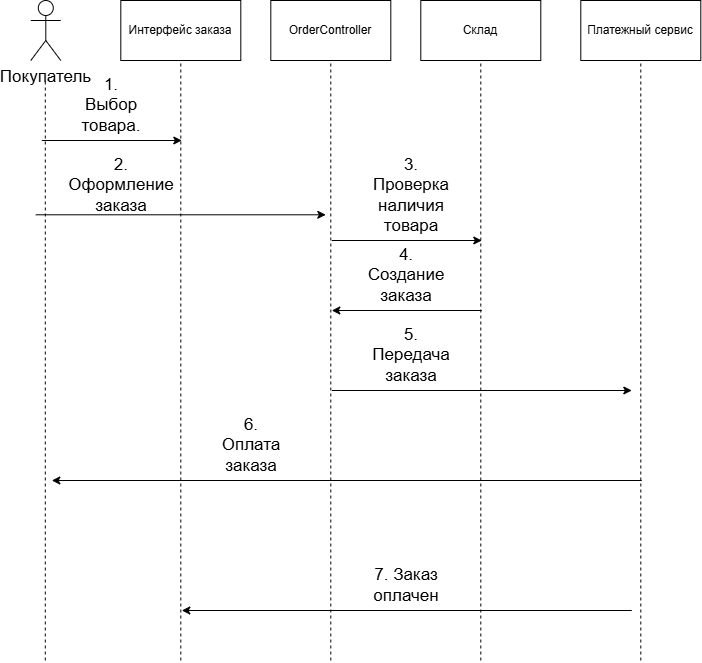
Before: UML-диаграмма(PNG).png, a diagram exported from draw.io (diaganz0709-ai/UML). Source tidied: cells renumbered, new cells last; positions are measured from the earlier drawing's top-left corner, leaving out a move shared by most shapes.
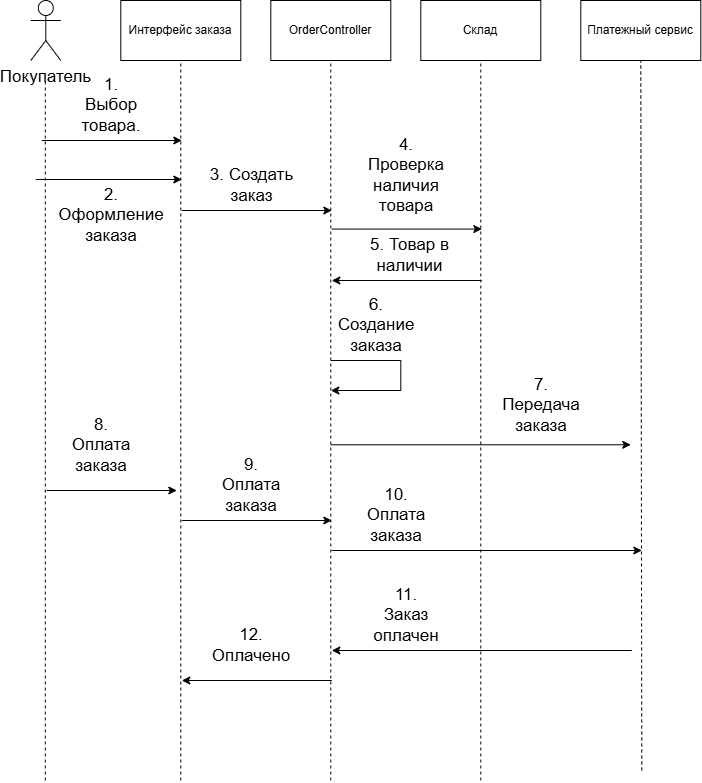
The same file after the commit.

What changed in the source:
```diff
@@ -19,28 +19,28 @@
     </mxCell>
     <mxCell id="7" style="endArrow=none;dashed=1;html=1;rounded=0;" parent="1" edge="1">
       <mxGeometry relative="1" as="geometry">
-        <mxPoint x="14.5" y="660" as="sourcePoint" />
+        <mxPoint x="14.5" y="780" as="sourcePoint" />
         <mxPoint x="14.5" y="80" as="targetPoint" />
       </mxGeometry>
     </mxCell>
     <mxCell id="8" style="endArrow=none;dashed=1;html=1;rounded=0;entryX=0.5;entryY=1;entryDx=0;entryDy=0;" parent="1" edge="1" target="3">
       <mxGeometry relative="1" as="geometry">
-        <mxPoint x="150" y="660" as="sourcePoint" />
+        <mxPoint x="150" y="780" as="sourcePoint" />
       </mxGeometry>
     </mxCell>
     <mxCell id="9" style="endArrow=none;dashed=1;html=1;rounded=0;entryX=0.5;entryY=1;entryDx=0;entryDy=0;" parent="1" edge="1" target="4">
       <mxGeometry relative="1" as="geometry">
-        <mxPoint x="300" y="660" as="sourcePoint" />
+        <mxPoint x="300" y="780" as="sourcePoint" />
       </mxGeometry>
     </mxCell>
     <mxCell id="10" style="endArrow=none;dashed=1;html=1;rounded=0;entryX=0.5;entryY=1;entryDx=0;entryDy=0;" parent="1" edge="1" target="5">
       <mxGeometry relative="1" as="geometry">
-        <mxPoint x="450" y="660" as="sourcePoint" />
+        <mxPoint x="450" y="780" as="sourcePoint" />
       </mxGeometry>
     </mxCell>
     <mxCell id="11" style="endArrow=none;dashed=1;html=1;rounded=0;entryX=0.5;entryY=1;entryDx=0;entryDy=0;" parent="1" edge="1" target="6">
       <mxGeometry relative="1" as="geometry">
-        <mxPoint x="610" y="660" as="sourcePoint" />
+        <mxPoint x="611" y="770" as="sourcePoint" />
       </mxGeometry>
     </mxCell>
     <mxCell id="12" style="endArrow=classic;html=1;rounded=0;" parent="1" edge="1">
@@ -54,57 +54,105 @@
     </mxCell>
     <mxCell id="14" style="endArrow=classic;html=1;rounded=0;" parent="1" edge="1">
       <mxGeometry relative="1" as="geometry">
-        <mxPoint x="5" y="214.3" as="sourcePoint" />
-        <mxPoint x="295" y="214.3" as="targetPoint" />
+        <mxPoint x="5" y="179" as="sourcePoint" />
+        <mxPoint x="151" y="179" as="targetPoint" />
       </mxGeometry>
     </mxCell>
     <mxCell id="15" value="2. Оформление заказа" style="text;html=1;whiteSpace=wrap;strokeColor=none;fillColor=none;align=center;verticalAlign=middle;rounded=0;fontSize=17;" parent="1" vertex="1">
-      <mxGeometry x="61" y="170" width="60" height="30" as="geometry" />
+      <mxGeometry x="51" y="200" width="60" height="30" as="geometry" />
     </mxCell>
     <mxCell id="16" style="endArrow=classic;html=1;rounded=0;fontSize=17;" parent="1" edge="1">
       <mxGeometry relative="1" as="geometry">
-        <mxPoint x="301" y="240" as="sourcePoint" />
-        <mxPoint x="451" y="240" as="targetPoint" />
+        <mxPoint x="301" y="228.6" as="sourcePoint" />
+        <mxPoint x="451" y="228.6" as="targetPoint" />
       </mxGeometry>
     </mxCell>
-    <mxCell id="17" value="3. Проверка наличия товара" style="text;html=1;whiteSpace=wrap;strokeColor=none;fillColor=none;align=center;verticalAlign=middle;rounded=0;fontSize=17;" parent="1" vertex="1">
-      <mxGeometry x="341" y="180" width="80" height="30" as="geometry" />
+    <mxCell id="17" value="4. Проверка наличия товара" style="text;html=1;whiteSpace=wrap;strokeColor=none;fillColor=none;align=center;verticalAlign=middle;rounded=0;fontSize=17;" parent="1" vertex="1">
+      <mxGeometry x="336" y="160" width="80" height="30" as="geometry" />
     </mxCell>
-    <mxCell id="18" style="endArrow=classic;html=1;rounded=0;fontSize=17;" parent="1" edge="1">
+    <mxCell id="18" style="endArrow=classic;html=1;rounded=0;fontSize=17;edgeStyle=orthogonalEdgeStyle;" parent="1" edge="1">
       <mxGeometry relative="1" as="geometry">
-        <mxPoint x="451" y="310" as="sourcePoint" />
-        <mxPoint x="301" y="310" as="targetPoint" />
+        <mxPoint x="300" y="360" as="sourcePoint" />
+        <mxPoint x="300" y="390" as="targetPoint" />
+        <Array as="points">
+          <mxPoint x="370" y="390" />
+        </Array>
       </mxGeometry>
     </mxCell>
-    <mxCell id="19" value="4. Создание заказа" style="text;html=1;whiteSpace=wrap;strokeColor=none;fillColor=none;align=center;verticalAlign=middle;rounded=0;fontSize=17;" parent="1" vertex="1">
-      <mxGeometry x="341" y="260" width="70" height="30" as="geometry" />
+    <mxCell id="19" value="6. Создание заказа" style="text;html=1;whiteSpace=wrap;strokeColor=none;fillColor=none;align=center;verticalAlign=middle;rounded=0;fontSize=17;" parent="1" vertex="1">
+      <mxGeometry x="311" y="310" width="70" height="30" as="geometry" />
     </mxCell>
     <mxCell id="20" style="endArrow=classic;html=1;rounded=0;" parent="1" edge="1">
       <mxGeometry relative="1" as="geometry">
-        <mxPoint x="301" y="390" as="sourcePoint" />
-        <mxPoint x="601" y="390" as="targetPoint" />
+        <mxPoint x="300" y="444.3" as="sourcePoint" />
+        <mxPoint x="600" y="444.3" as="targetPoint" />
       </mxGeometry>
     </mxCell>
-    <mxCell id="21" value="5. Передача заказа" style="text;html=1;whiteSpace=wrap;strokeColor=none;fillColor=none;align=center;verticalAlign=middle;rounded=0;fontSize=17;" parent="1" vertex="1">
-      <mxGeometry x="351" y="340" width="60" height="30" as="geometry" />
+    <mxCell id="21" value="7. Передача заказа" style="text;html=1;whiteSpace=wrap;strokeColor=none;fillColor=none;align=center;verticalAlign=middle;rounded=0;fontSize=17;" parent="1" vertex="1">
+      <mxGeometry x="481" y="390" width="60" height="30" as="geometry" />
     </mxCell>
-    <mxCell id="22" style="endArrow=classic;html=1;rounded=0;" parent="1" edge="1">
-      <mxGeometry relative="1" as="geometry">
-        <mxPoint x="611" y="480" as="sourcePoint" />
-        <mxPoint x="21" y="480" as="targetPoint" />
-      </mxGeometry>
-    </mxCell>
-    <mxCell id="23" value="6. Оплата заказа" style="text;html=1;whiteSpace=wrap;strokeColor=none;fillColor=none;align=center;verticalAlign=middle;rounded=0;fontSize=17;" parent="1" vertex="1">
-      <mxGeometry x="191" y="430" width="60" height="30" as="geometry" />
+    <mxCell id="23" value="8. Оплата заказа" style="text;html=1;whiteSpace=wrap;strokeColor=none;fillColor=none;align=center;verticalAlign=middle;rounded=0;fontSize=17;" parent="1" vertex="1">
+      <mxGeometry x="41" y="430" width="60" height="30" as="geometry" />
     </mxCell>
     <mxCell id="24" style="endArrow=classic;html=1;rounded=0;" parent="1" edge="1">
       <mxGeometry relative="1" as="geometry">
-        <mxPoint x="601" y="610" as="sourcePoint" />
-        <mxPoint x="151" y="610" as="targetPoint" />
+        <mxPoint x="601" y="650" as="sourcePoint" />
+        <mxPoint x="301" y="650" as="targetPoint" />
       </mxGeometry>
     </mxCell>
-    <mxCell id="25" value="&lt;font style=&quot;font-size: 17px;&quot;&gt;7. Заказ оплачен&lt;/font&gt;" style="text;html=1;whiteSpace=wrap;strokeColor=none;fillColor=none;align=center;verticalAlign=middle;rounded=0;" parent="1" vertex="1">
-      <mxGeometry x="346" y="570" width="60" height="30" as="geometry" />
+    <mxCell id="25" value="&lt;font style=&quot;font-size: 17px;&quot;&gt;11. Заказ оплачен&lt;/font&gt;" style="text;html=1;whiteSpace=wrap;strokeColor=none;fillColor=none;align=center;verticalAlign=middle;rounded=0;" parent="1" vertex="1">
+      <mxGeometry x="346" y="600" width="60" height="30" as="geometry" />
     </mxCell>
+    <mxCell id="26" style="endArrow=classic;html=1;rounded=0;" parent="1" edge="1">
+      <mxGeometry relative="1" as="geometry">
+        <mxPoint x="451" y="280" as="sourcePoint" />
+        <mxPoint x="301" y="280" as="targetPoint" />
+      </mxGeometry>
+    </mxCell>
+    <mxCell id="27" value="&lt;font style=&quot;font-size: 17px;&quot;&gt;5. Товар в наличии&lt;/font&gt;" style="text;html=1;whiteSpace=wrap;strokeColor=none;fillColor=none;align=center;verticalAlign=middle;rounded=0;" parent="1" vertex="1">
+      <mxGeometry x="335" y="240" width="89" height="30" as="geometry" />
+    </mxCell>
+    <mxCell id="28" style="endArrow=classic;html=1;rounded=0;" parent="1" edge="1">
+      <mxGeometry relative="1" as="geometry">
+        <mxPoint x="151" y="210" as="sourcePoint" />
+        <mxPoint x="301" y="210" as="targetPoint" />
+      </mxGeometry>
+    </mxCell>
+    <mxCell id="29" value="&lt;font style=&quot;font-size: 17px;&quot;&gt;3. Создать заказ&lt;/font&gt;" style="text;html=1;whiteSpace=wrap;strokeColor=none;fillColor=none;align=center;verticalAlign=middle;rounded=0;" parent="1" vertex="1">
+      <mxGeometry x="176.5" y="170" width="89" height="30" as="geometry" />
+    </mxCell>
+    <mxCell id="30" style="endArrow=classic;html=1;rounded=0;" parent="1" edge="1">
+      <mxGeometry relative="1" as="geometry">
+        <mxPoint x="16" y="490" as="sourcePoint" />
+        <mxPoint x="146" y="490" as="targetPoint" />
+      </mxGeometry>
+    </mxCell>
+    <mxCell id="31" style="endArrow=classic;html=1;rounded=0;" parent="1" edge="1">
+      <mxGeometry relative="1" as="geometry">
+        <mxPoint x="151" y="520" as="sourcePoint" />
+        <mxPoint x="301" y="520" as="targetPoint" />
+      </mxGeometry>
+    </mxCell>
+    <mxCell id="32" style="endArrow=classic;html=1;rounded=0;" parent="1" edge="1">
+      <mxGeometry relative="1" as="geometry">
+        <mxPoint x="301" y="550" as="sourcePoint" />
+        <mxPoint x="611" y="550" as="targetPoint" />
+      </mxGeometry>
+    </mxCell>
+    <mxCell id="33" value="&lt;font style=&quot;font-size: 17px;&quot;&gt;9. Оплата заказа&lt;/font&gt;" style="text;html=1;whiteSpace=wrap;strokeColor=none;fillColor=none;align=center;verticalAlign=middle;rounded=0;" parent="1" vertex="1">
+      <mxGeometry x="191" y="470" width="60" height="30" as="geometry" />
+    </mxCell>
+    <mxCell id="34" value="&lt;font style=&quot;font-size: 17px;&quot;&gt;10. Оплата заказа&lt;/font&gt;" style="text;html=1;whiteSpace=wrap;strokeColor=none;fillColor=none;align=center;verticalAlign=middle;rounded=0;" parent="1" vertex="1">
+      <mxGeometry x="326" y="500" width="80" height="30" as="geometry" />
+    </mxCell>
+    <mxCell id="35" style="edgeStyle=none;orthogonalLoop=1;jettySize=auto;html=1;rounded=0;" parent="1" edge="1">
+      <mxGeometry relative="1" as="geometry">
+        <mxPoint x="301" y="680" as="sourcePoint" />
+        <mxPoint x="151" y="680" as="targetPoint" />
+      </mxGeometry>
+    </mxCell>
+    <mxCell id="36" value="&lt;font style=&quot;font-size: 17px;&quot;&gt;12. Оплачено&lt;/font&gt;" style="text;html=1;whiteSpace=wrap;strokeColor=none;fillColor=none;align=center;verticalAlign=middle;rounded=0;" parent="1" vertex="1">
+      <mxGeometry x="191" y="630" width="60" height="30" as="geometry" />
+    </mxCell>
   </root>
 </mxGraphModel>
```
